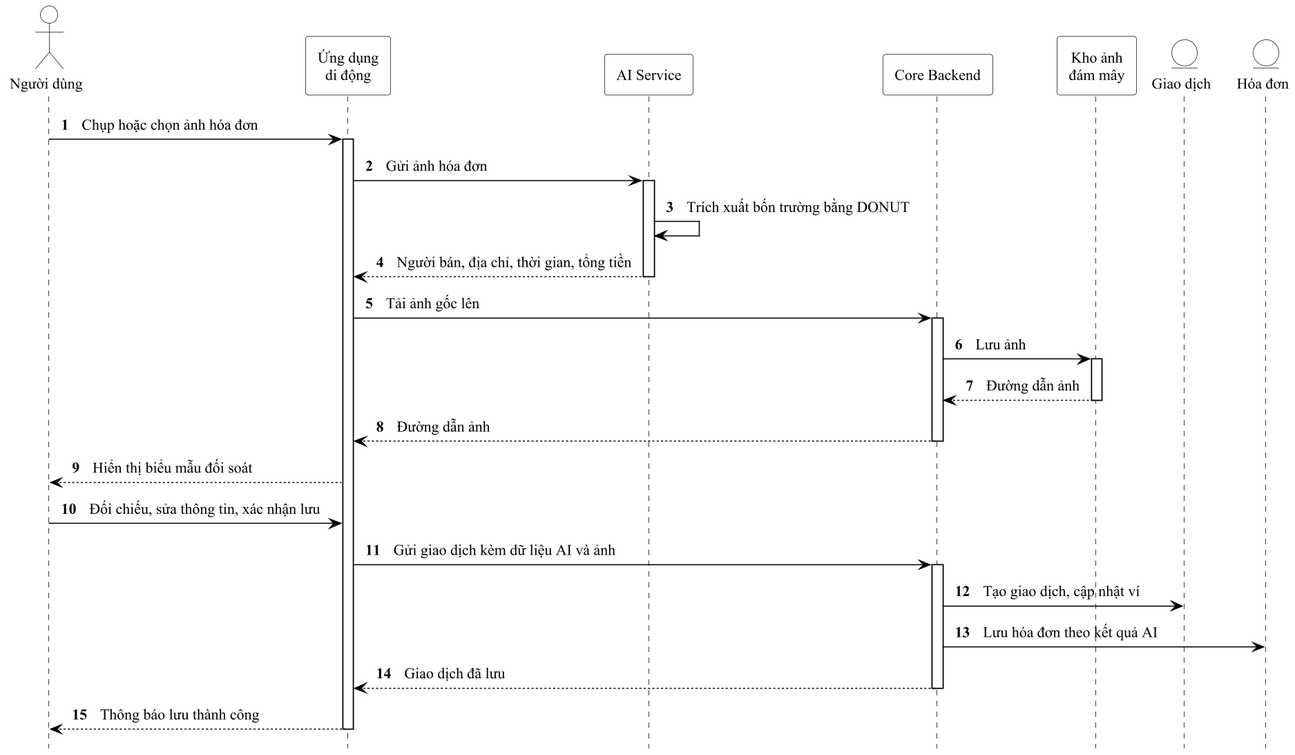
Before: docs/thesis/diagrams/ch2_quet_hoa_don_tuan_tu.png, a diagram exported from PlantUML (TriPhan15/donutpay-monorepo). The source it was exported from:
```plantuml
@startuml ch2_quet_hoa_don_tuan_tu
!include _style.iuml
hide footbox
autonumber
actor "Người dùng" as ND
participant "Ứng dụng\ndi động" as APP
participant "AI Service" as AI
participant "Core Backend" as BE
participant "Kho ảnh\nđám mây" as CL
entity "Giao dịch" as GD
entity "Hóa đơn" as HD
ND -> APP ++ : Chụp hoặc chọn ảnh hóa đơn
APP -> AI ++ : Gửi ảnh hóa đơn
AI -> AI : Trích xuất bốn trường bằng DONUT
return Người bán, địa chỉ, thời gian, tổng tiền
APP -> BE ++ : Tải ảnh gốc lên
BE -> CL ++ : Lưu ảnh
return Đường dẫn ảnh
return Đường dẫn ảnh
APP --> ND : Hiển thị biểu mẫu đối soát
ND -> APP : Đối chiếu, sửa thông tin, xác nhận lưu
APP -> BE ++ : Gửi giao dịch kèm dữ liệu AI và ảnh
BE -> GD : Tạo giao dịch, cập nhật ví
BE -> HD : Lưu hóa đơn theo kết quả AI
BE --> APP -- : Giao dịch đã lưu
APP --> ND -- : Thông báo lưu thành công
@enduml
```
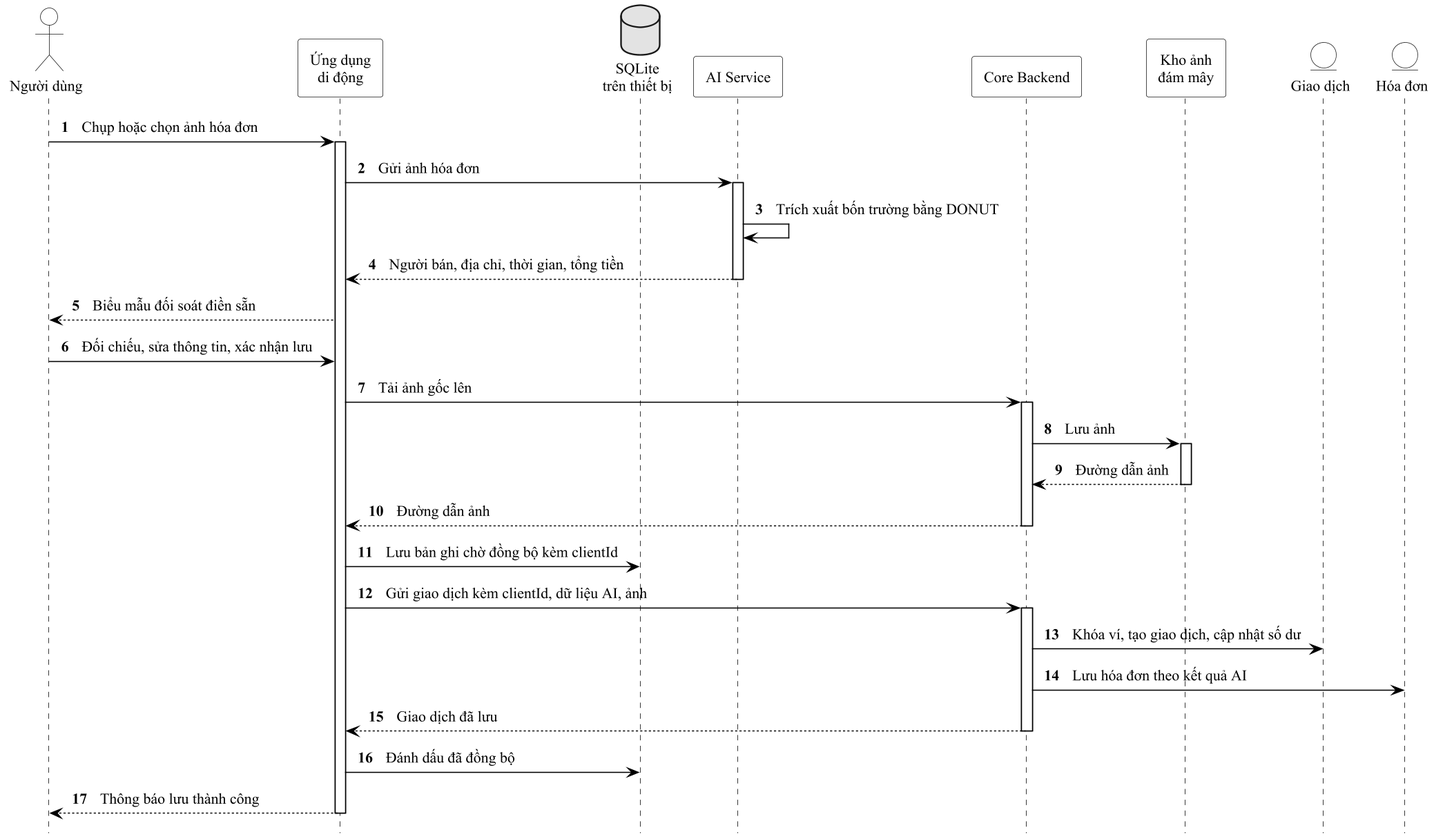
The same file after the commit.

Change to the diagram source:
```diff
@@ -4,6 +4,7 @@
 autonumber
 actor "Người dùng" as ND
 participant "Ứng dụng\ndi động" as APP
+database "SQLite\ntrên thiết bị" as SQ
 participant "AI Service" as AI
 participant "Core Backend" as BE
 participant "Kho ảnh\nđám mây" as CL
@@ -13,15 +14,17 @@
 APP -> AI ++ : Gửi ảnh hóa đơn
 AI -> AI : Trích xuất bốn trường bằng DONUT
 return Người bán, địa chỉ, thời gian, tổng tiền
+APP --> ND : Biểu mẫu đối soát điền sẵn
+ND -> APP : Đối chiếu, sửa thông tin, xác nhận lưu
 APP -> BE ++ : Tải ảnh gốc lên
 BE -> CL ++ : Lưu ảnh
 return Đường dẫn ảnh
 return Đường dẫn ảnh
-APP --> ND : Hiển thị biểu mẫu đối soát
-ND -> APP : Đối chiếu, sửa thông tin, xác nhận lưu
-APP -> BE ++ : Gửi giao dịch kèm dữ liệu AI và ảnh
-BE -> GD : Tạo giao dịch, cập nhật ví
+APP -> SQ : Lưu bản ghi chờ đồng bộ kèm clientId
+APP -> BE ++ : Gửi giao dịch kèm clientId, dữ liệu AI, ảnh
+BE -> GD : Khóa ví, tạo giao dịch, cập nhật số dư
 BE -> HD : Lưu hóa đơn theo kết quả AI
 BE --> APP -- : Giao dịch đã lưu
+APP -> SQ : Đánh dấu đã đồng bộ
 APP --> ND -- : Thông báo lưu thành công
 @enduml
```
